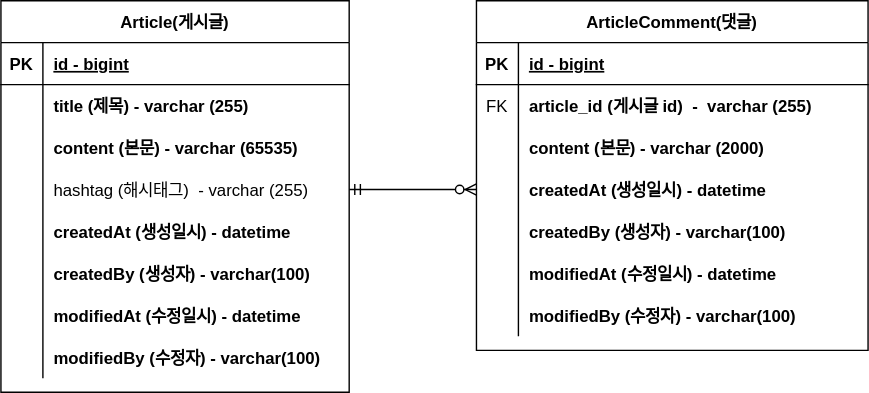
This is document/project-board-erd.svg from jyc-coder/bulletin-board, a draw.io export, as it was before one commit. Source tidied: cells renumbered, new cells last; positions are measured from the earlier drawing's top-left corner, leaving out a move shared by most shapes.
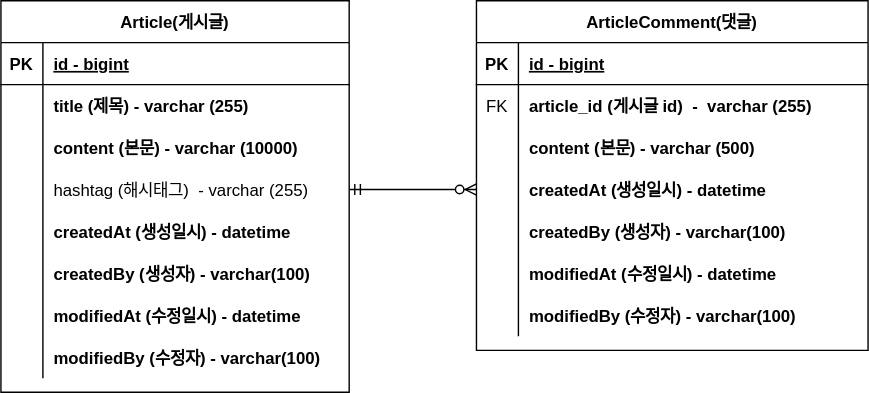
After the commit.

Commit message:
#11 - erd 업데이트: content 사이즈 변경

The edit, as a diff of the source:
```diff
@@ -29,7 +29,7 @@
     <mxCell id="10" style="shape=partialRectangle;fillColor=none;top=0;left=0;bottom=0;right=0;overflow=hidden;" parent="9" vertex="1">
       <mxGeometry width="30" height="30" as="geometry" />
     </mxCell>
-    <mxCell id="11" value="content (본문) - varchar (2000)" style="shape=partialRectangle;fillColor=none;top=0;left=0;bottom=0;right=0;align=left;spacingLeft=6;overflow=hidden;fontStyle=1;" parent="9" vertex="1">
+    <mxCell id="11" value="content (본문) - varchar (500)" style="shape=partialRectangle;fillColor=none;top=0;left=0;bottom=0;right=0;align=left;spacingLeft=6;overflow=hidden;fontStyle=1;" parent="9" vertex="1">
       <mxGeometry x="30" width="250" height="30" as="geometry" />
     </mxCell>
     <mxCell id="12" style="shape=tableRow;horizontal=0;startSize=0;swimlaneHead=0;swimlaneBody=0;fillColor=none;points=[[0,0.5],[1,0.5]];portConstraint=eastwest;top=0;left=0;right=0;bottom=0;" parent="2" vertex="1">
@@ -95,7 +95,7 @@
     <mxCell id="32" style="shape=partialRectangle;fillColor=none;top=0;left=0;bottom=0;right=0;overflow=hidden;" parent="31" vertex="1">
       <mxGeometry width="30" height="30" as="geometry" />
     </mxCell>
-    <mxCell id="33" value="content (본문) - varchar (65535)" style="shape=partialRectangle;fillColor=none;top=0;left=0;bottom=0;right=0;align=left;spacingLeft=6;overflow=hidden;fontStyle=1;" parent="31" vertex="1">
+    <mxCell id="33" value="content (본문) - varchar (10000)" style="shape=partialRectangle;fillColor=none;top=0;left=0;bottom=0;right=0;align=left;spacingLeft=6;overflow=hidden;fontStyle=1;" parent="31" vertex="1">
       <mxGeometry x="30" width="219" height="30" as="geometry" />
     </mxCell>
     <mxCell id="34" style="shape=tableRow;horizontal=0;startSize=0;swimlaneHead=0;swimlaneBody=0;fillColor=none;points=[[0,0.5],[1,0.5]];portConstraint=eastwest;top=0;left=0;right=0;bottom=0;" parent="24" vertex="1">
```
